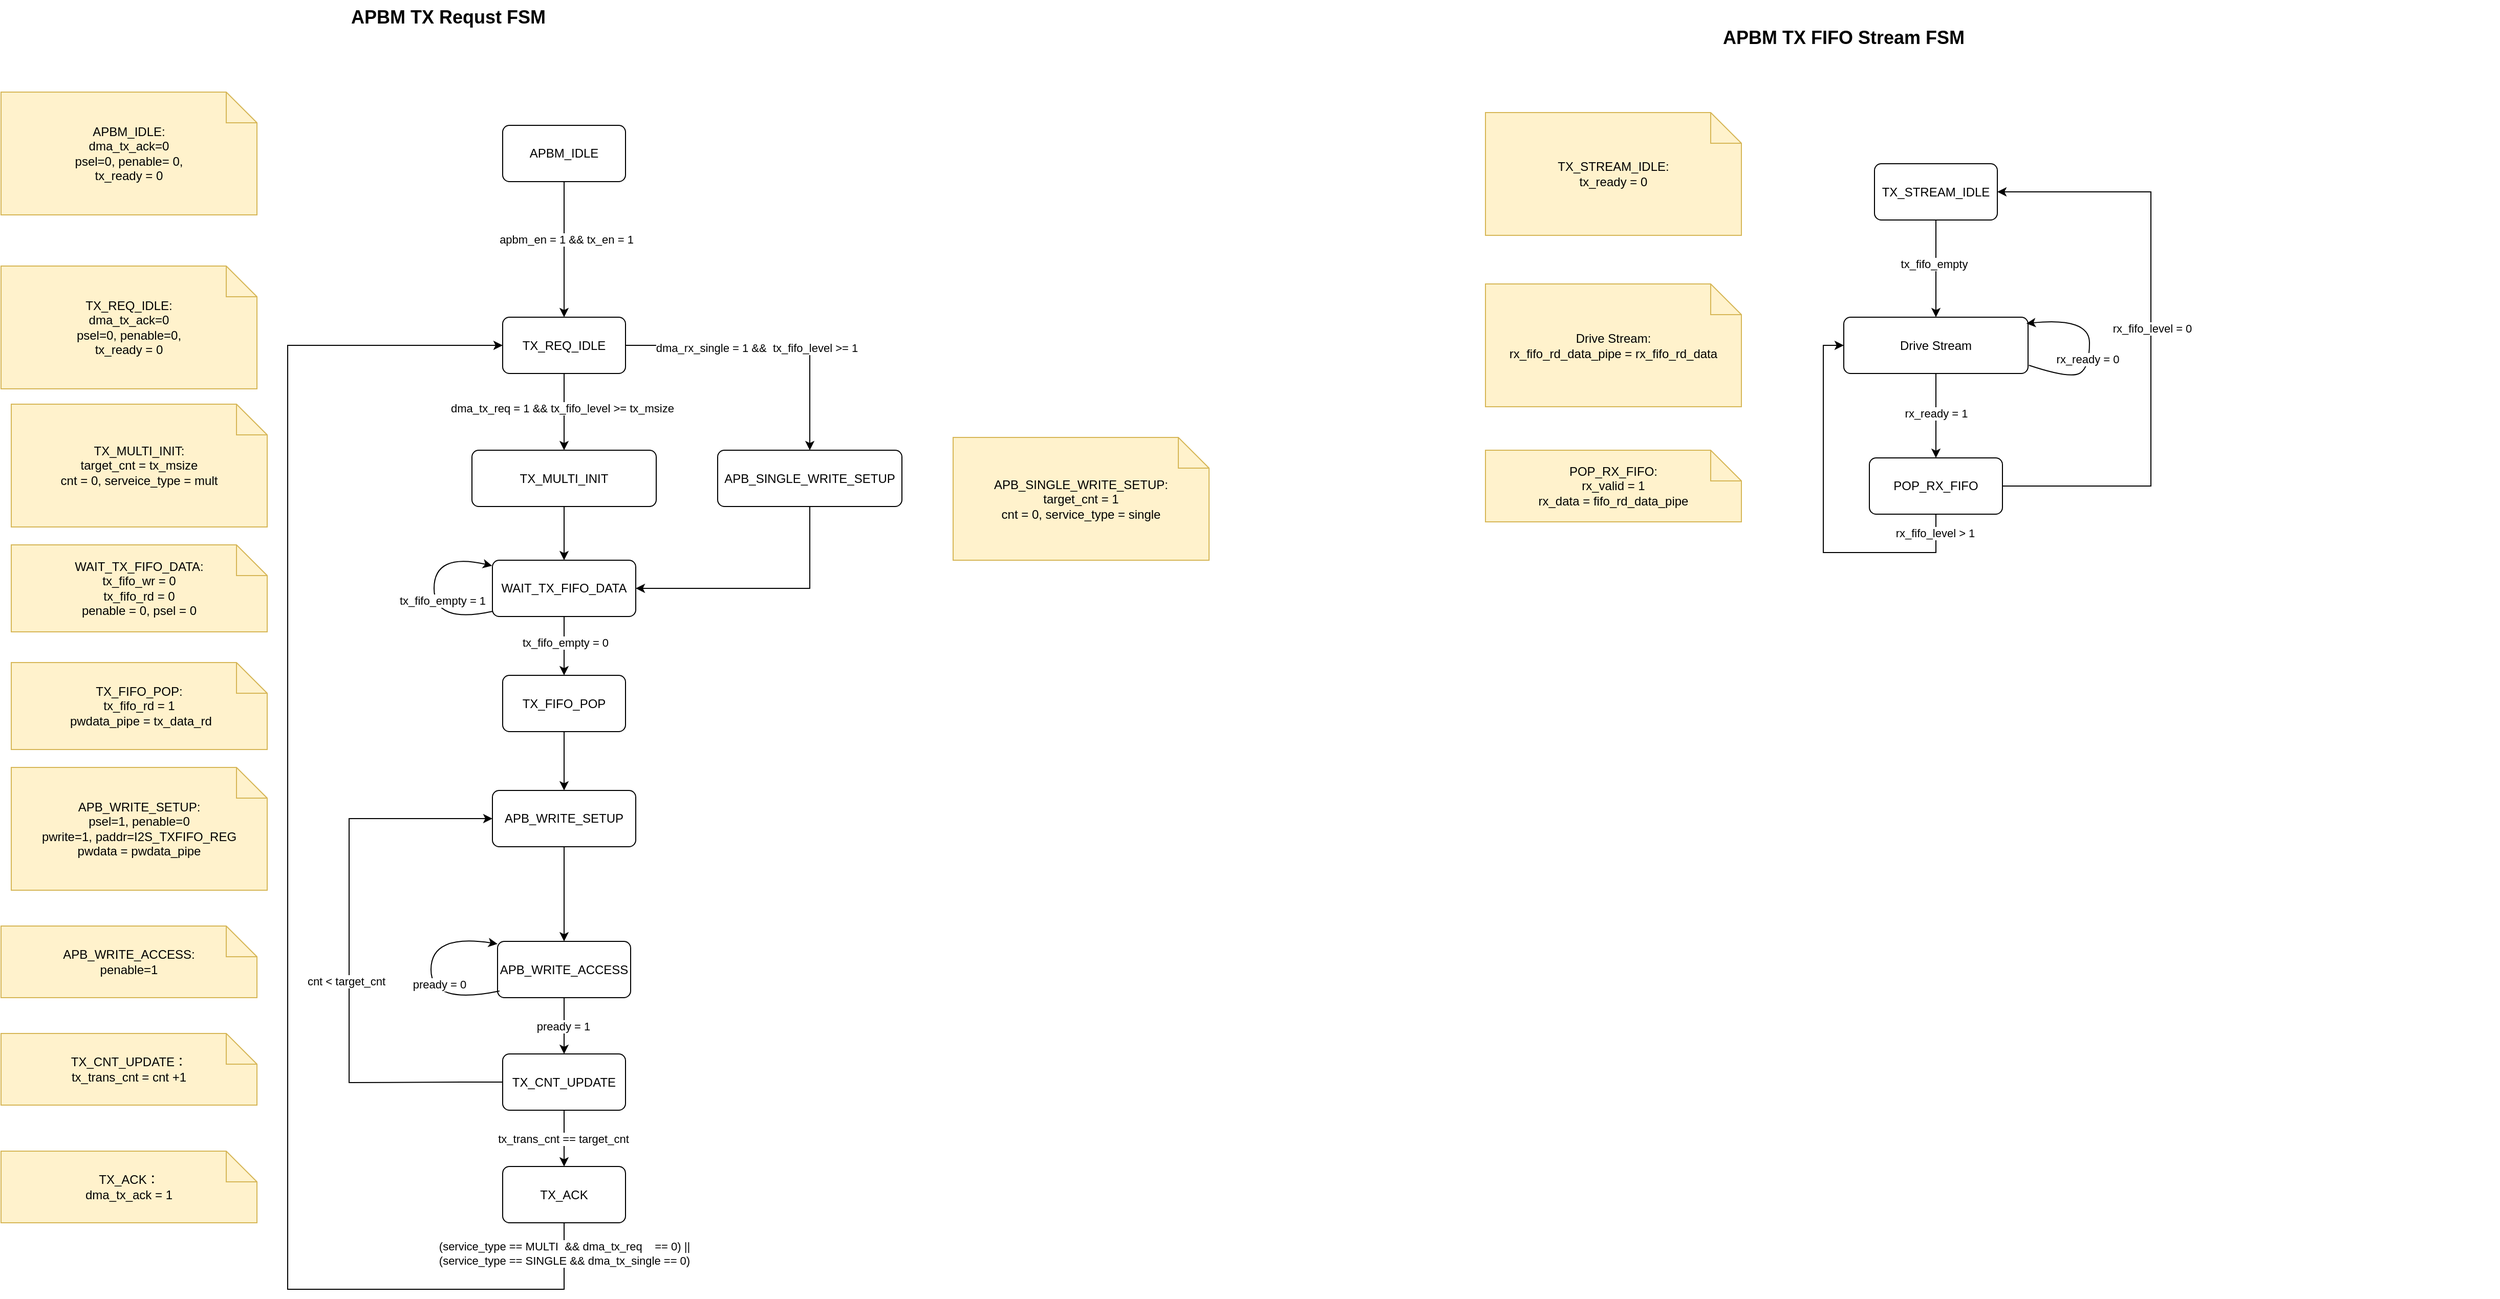
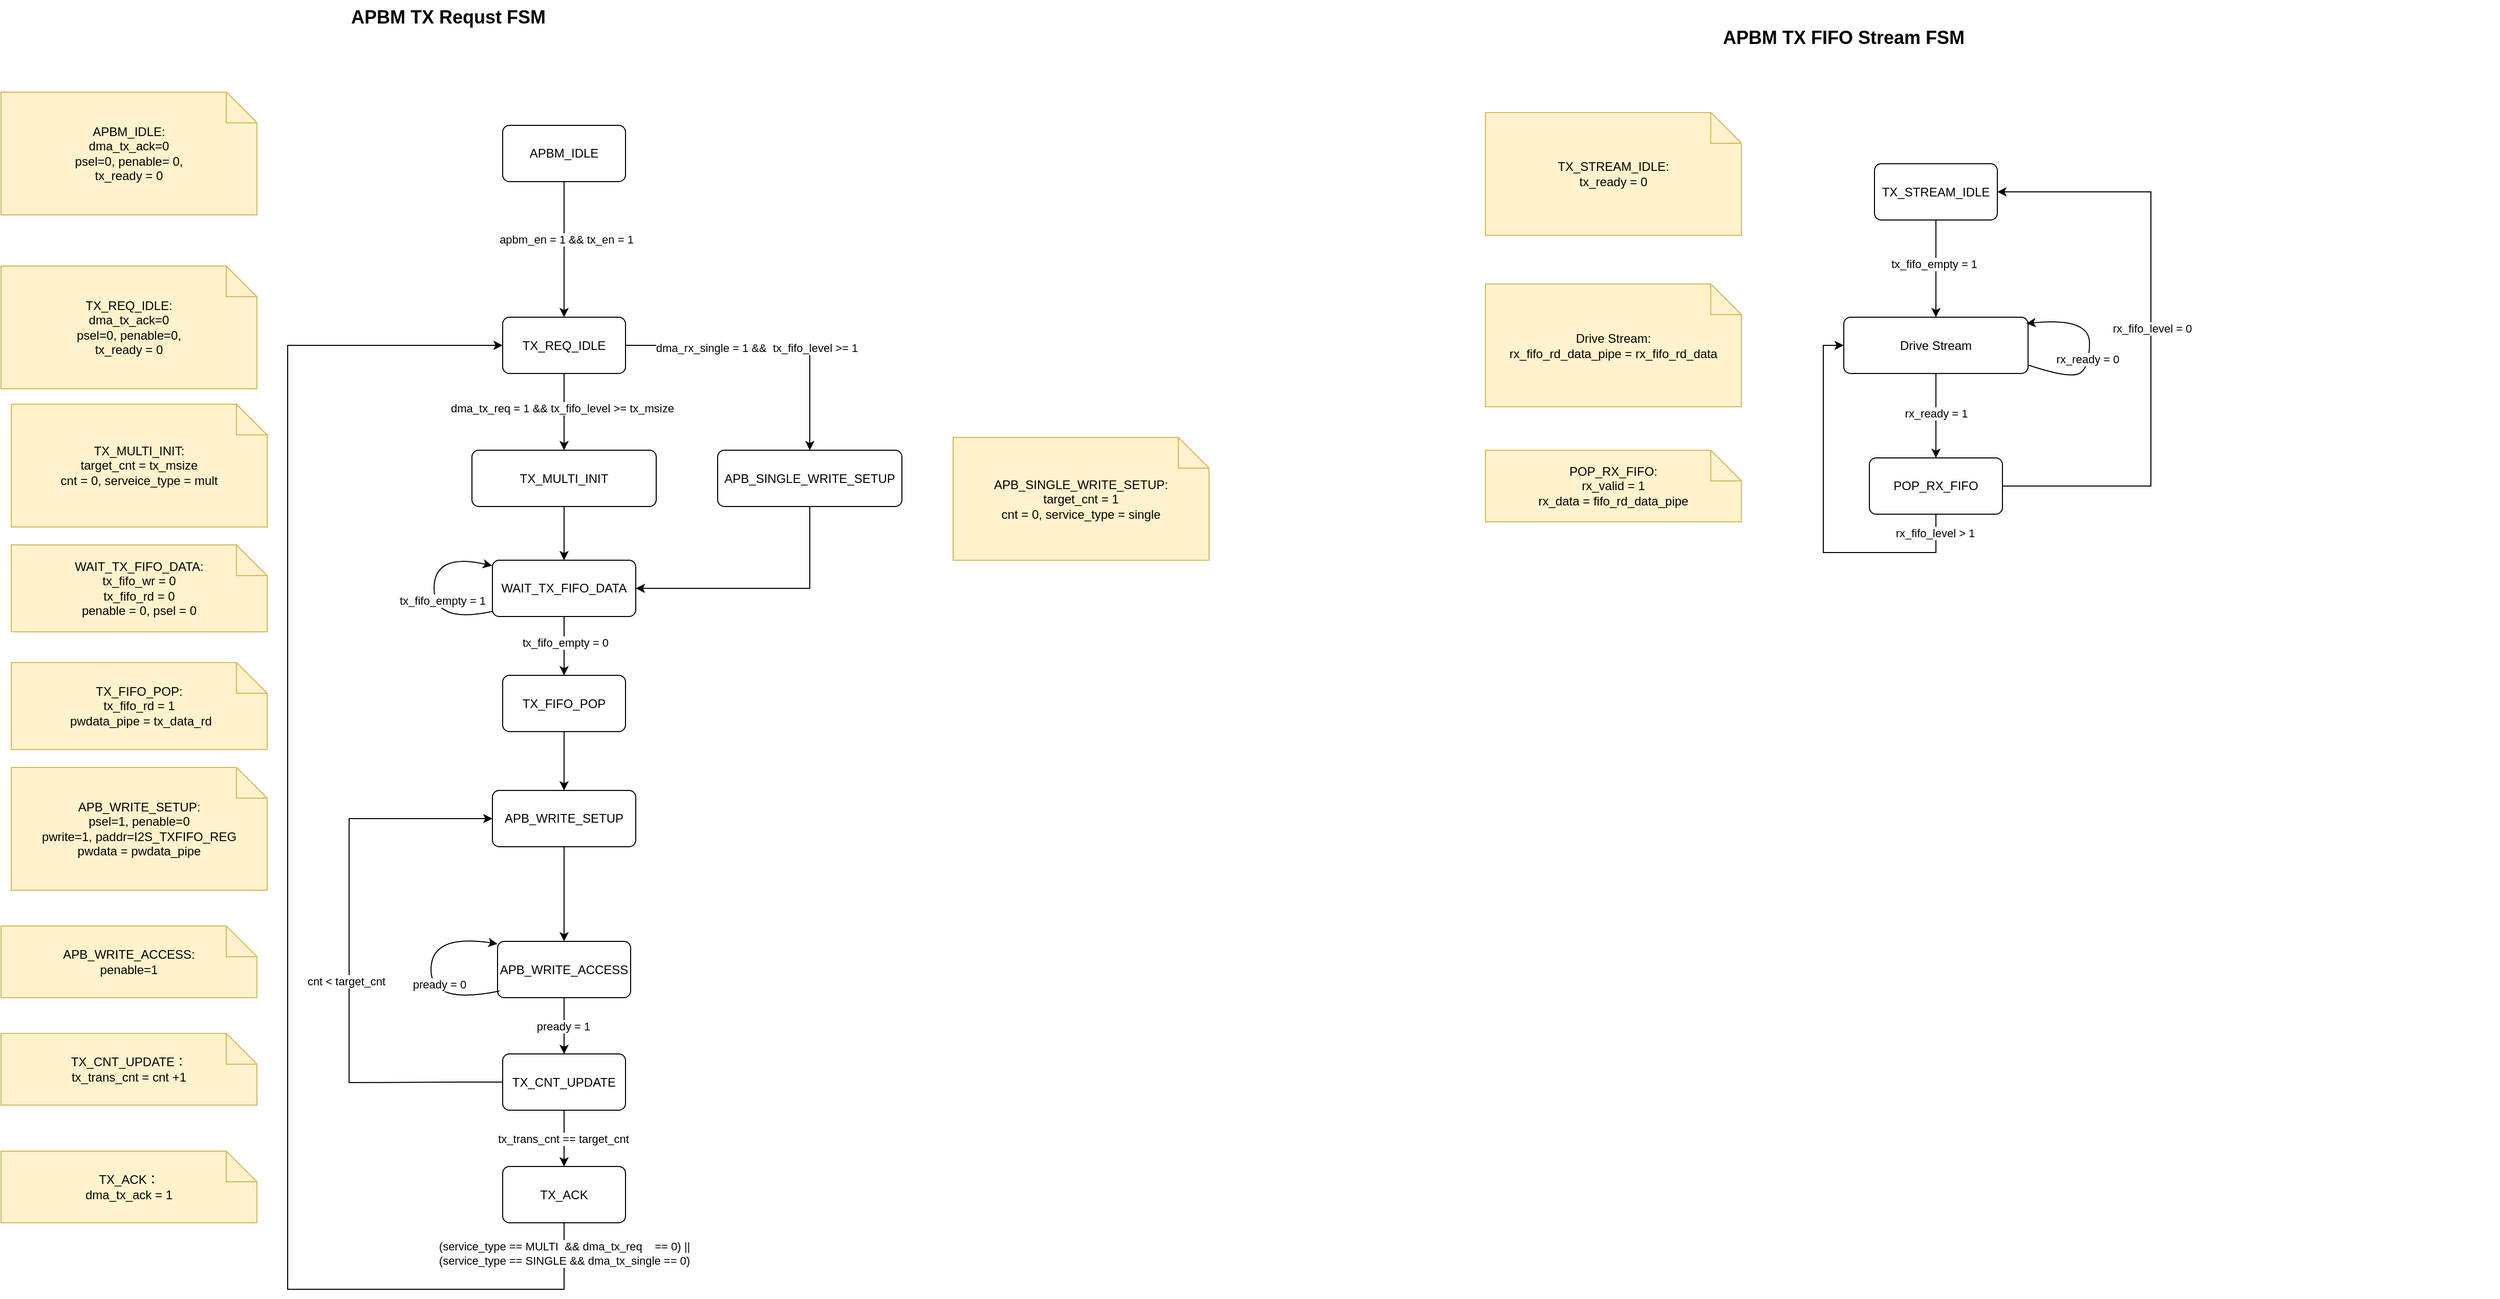
<mxfile host="app.diagrams.net">
  <diagram name="第 1 页" id="fH5n9Me7nUtPE_JYtTzi">
-     <mxGraphModel dx="704" dy="397" grid="1" gridSize="10" guides="1" tooltips="1" connect="1" arrows="1" fold="1" page="1" pageScale="1" pageWidth="827" pageHeight="1169" math="0" shadow="0">
+     <mxGraphModel dx="737" dy="416" grid="1" gridSize="10" guides="1" tooltips="1" connect="1" arrows="1" fold="1" page="1" pageScale="1" pageWidth="827" pageHeight="1169" math="0" shadow="0">
      <root>
        <mxCell id="0" />
        <mxCell id="1" parent="0" />
        <mxCell id="Ly1VW1kiYANL2SHkxWqd-1" parent="1" style="text;html=1;strokeColor=none;fillColor=none;fontSize=18;fontStyle=1;" value="APBM TX Requst FSM&amp;nbsp;&amp;nbsp;" vertex="1">
          <mxGeometry height="40" width="760" x="810" y="130" as="geometry" />
        </mxCell>
        <mxCell id="Ly1VW1kiYANL2SHkxWqd-2" parent="1" style="rounded=1;whiteSpace=wrap;html=1;arcSize=12;fillColor=#ffffff;strokeColor=#000000;" value="TX_REQ_IDLE" vertex="1">
          <mxGeometry height="55" width="120" x="960" y="440" as="geometry" />
        </mxCell>
        <mxCell id="Ly1VW1kiYANL2SHkxWqd-3" parent="1" style="rounded=1;whiteSpace=wrap;html=1;arcSize=12;fillColor=#ffffff;strokeColor=#000000;" value="APB_WRITE_SETUP" vertex="1">
          <mxGeometry height="55" width="140" x="950" y="902.5" as="geometry" />
        </mxCell>
        <mxCell id="Ly1VW1kiYANL2SHkxWqd-4" edge="1" parent="1" source="Ly1VW1kiYANL2SHkxWqd-2" style="endArrow=classic;html=1;rounded=0;exitX=0.5;exitY=1;exitDx=0;exitDy=0;entryX=0.5;entryY=0;entryDx=0;entryDy=0;" target="Ly1VW1kiYANL2SHkxWqd-40" value="">
          <mxGeometry height="50" relative="1" width="50" as="geometry">
            <mxPoint x="1040" y="560" as="sourcePoint" />
            <mxPoint x="1020" y="570" as="targetPoint" />
          </mxGeometry>
        </mxCell>
        <mxCell id="Ly1VW1kiYANL2SHkxWqd-5" connectable="0" parent="Ly1VW1kiYANL2SHkxWqd-4" style="edgeLabel;html=1;align=center;verticalAlign=middle;resizable=0;points=[];" value="dma_tx_req = 1 &amp;amp;&amp;amp; tx_fifo_level &amp;gt;= tx_msize" vertex="1">
          <mxGeometry relative="1" x="-0.0927" y="-2" as="geometry">
            <mxPoint as="offset" />
          </mxGeometry>
        </mxCell>
        <mxCell id="Ly1VW1kiYANL2SHkxWqd-6" parent="1" style="shape=note;whiteSpace=wrap;html=1;fillColor=#fff2cc;strokeColor=#d6b656;" value="APB_WRITE_SETUP:&lt;div&gt;psel=1, penable=0&lt;br&gt;pwrite=1, paddr=I2S_TXFIFO_REG&lt;/div&gt;&lt;div&gt;pwdata = pwdata_pipe&lt;/div&gt;" vertex="1">
          <mxGeometry height="120" width="250" x="480" y="880" as="geometry" />
        </mxCell>
        <mxCell id="Ly1VW1kiYANL2SHkxWqd-7" parent="1" style="rounded=1;whiteSpace=wrap;html=1;arcSize=12;fillColor=#ffffff;strokeColor=#000000;" value="APB_WRITE_ACCESS" vertex="1">
          <mxGeometry height="55" width="130" x="955" y="1050" as="geometry" />
        </mxCell>
        <mxCell id="Ly1VW1kiYANL2SHkxWqd-8" edge="1" parent="1" source="Ly1VW1kiYANL2SHkxWqd-3" style="endArrow=classic;html=1;rounded=0;exitX=0.5;exitY=1;exitDx=0;exitDy=0;entryX=0.5;entryY=0;entryDx=0;entryDy=0;" target="Ly1VW1kiYANL2SHkxWqd-7" value="">
          <mxGeometry height="50" relative="1" width="50" as="geometry">
            <mxPoint x="1030" y="1032.5" as="sourcePoint" />
            <mxPoint x="1080" y="982.5" as="targetPoint" />
          </mxGeometry>
        </mxCell>
        <mxCell id="Ly1VW1kiYANL2SHkxWqd-9" parent="1" style="shape=note;whiteSpace=wrap;html=1;fillColor=#fff2cc;strokeColor=#d6b656;" value="APB_WRITE_ACCESS:&lt;br&gt;penable=1" vertex="1">
          <mxGeometry height="70" width="250" x="470" y="1035" as="geometry" />
        </mxCell>
        <mxCell id="Ly1VW1kiYANL2SHkxWqd-10" edge="1" parent="1" source="Ly1VW1kiYANL2SHkxWqd-7" style="curved=1;endArrow=classic;html=1;rounded=0;exitX=0.015;exitY=0.881;exitDx=0;exitDy=0;entryX=0;entryY=0;entryDx=0;entryDy=0;exitPerimeter=0;" value="">
          <mxGeometry height="50" relative="1" width="50" as="geometry">
            <Array as="points">
              <mxPoint x="890" y="1112.5" />
              <mxPoint x="890" y="1042.5" />
            </Array>
            <mxPoint x="955" y="1107.5" as="sourcePoint" />
            <mxPoint x="955" y="1052.5" as="targetPoint" />
          </mxGeometry>
        </mxCell>
        <mxCell id="Ly1VW1kiYANL2SHkxWqd-11" connectable="0" parent="Ly1VW1kiYANL2SHkxWqd-10" style="edgeLabel;html=1;align=center;verticalAlign=middle;resizable=0;points=[];" value="pready = 0" vertex="1">
          <mxGeometry relative="1" x="-0.1215" y="-8" as="geometry">
            <mxPoint as="offset" />
          </mxGeometry>
        </mxCell>
        <mxCell id="Ly1VW1kiYANL2SHkxWqd-12" parent="1" style="rounded=1;whiteSpace=wrap;html=1;arcSize=12;fillColor=#ffffff;strokeColor=#000000;" value="WAIT_TX_FIFO_DATA" vertex="1">
          <mxGeometry height="55" width="140" x="950" y="677.5" as="geometry" />
        </mxCell>
        <mxCell id="Ly1VW1kiYANL2SHkxWqd-13" edge="1" parent="1" source="Ly1VW1kiYANL2SHkxWqd-7" style="endArrow=classic;html=1;rounded=0;exitX=0.5;exitY=1;exitDx=0;exitDy=0;entryX=0.5;entryY=0;entryDx=0;entryDy=0;" target="Ly1VW1kiYANL2SHkxWqd-47" value="">
          <mxGeometry height="50" relative="1" width="50" as="geometry">
            <mxPoint x="1010" y="1182.5" as="sourcePoint" />
            <mxPoint x="1020" y="1150" as="targetPoint" />
          </mxGeometry>
        </mxCell>
        <mxCell id="Ly1VW1kiYANL2SHkxWqd-14" connectable="0" parent="Ly1VW1kiYANL2SHkxWqd-13" style="edgeLabel;html=1;align=center;verticalAlign=middle;resizable=0;points=[];" value="pready = 1" vertex="1">
          <mxGeometry relative="1" x="0.0089" y="-1" as="geometry">
            <mxPoint as="offset" />
          </mxGeometry>
        </mxCell>
        <mxCell id="Ly1VW1kiYANL2SHkxWqd-15" parent="1" style="shape=note;whiteSpace=wrap;html=1;fillColor=#fff2cc;strokeColor=#d6b656;" value="WAIT_TX_FIFO_DATA:&lt;div&gt;tx_fifo_wr = 0&lt;/div&gt;&lt;div&gt;tx_fifo_rd = 0&lt;br&gt;&lt;/div&gt;&lt;div&gt;penable = 0, psel = 0&lt;/div&gt;" vertex="1">
          <mxGeometry height="85" width="250" x="480" y="662.5" as="geometry" />
        </mxCell>
        <mxCell id="Ly1VW1kiYANL2SHkxWqd-16" parent="1" style="rounded=1;whiteSpace=wrap;html=1;arcSize=12;fillColor=#ffffff;strokeColor=#000000;" value="TX_ACK" vertex="1">
          <mxGeometry height="55" width="120" x="960" y="1270" as="geometry" />
        </mxCell>
        <mxCell id="Ly1VW1kiYANL2SHkxWqd-17" edge="1" parent="1" source="Ly1VW1kiYANL2SHkxWqd-47" style="endArrow=classic;html=1;rounded=0;exitX=0.5;exitY=1;exitDx=0;exitDy=0;entryX=0.5;entryY=0;entryDx=0;entryDy=0;" target="Ly1VW1kiYANL2SHkxWqd-16" value="">
          <mxGeometry height="50" relative="1" width="50" as="geometry">
            <mxPoint x="1150.3600000000001" y="1105" as="sourcePoint" />
            <mxPoint x="1150" y="1140" as="targetPoint" />
          </mxGeometry>
        </mxCell>
        <mxCell id="Ly1VW1kiYANL2SHkxWqd-18" connectable="0" parent="Ly1VW1kiYANL2SHkxWqd-17" style="edgeLabel;html=1;align=center;verticalAlign=middle;resizable=0;points=[];" value="tx_trans_cnt == target_cnt" vertex="1">
          <mxGeometry relative="1" x="0.0089" y="-1" as="geometry">
            <mxPoint as="offset" />
          </mxGeometry>
        </mxCell>
        <mxCell id="Ly1VW1kiYANL2SHkxWqd-19" parent="1" style="shape=note;whiteSpace=wrap;html=1;fillColor=#fff2cc;strokeColor=#d6b656;" value="TX_ACK：&lt;div&gt;dma_tx_ack = 1&lt;/div&gt;" vertex="1">
          <mxGeometry height="70" width="250" x="470" y="1255" as="geometry" />
        </mxCell>
        <mxCell id="Ly1VW1kiYANL2SHkxWqd-20" parent="1" style="shape=note;whiteSpace=wrap;html=1;fillColor=#fff2cc;strokeColor=#d6b656;" value="TX_REQ_IDLE:&lt;div&gt;dma_tx_ack=0&lt;/div&gt;&lt;div&gt;psel=0, penable=0,&lt;br&gt;&lt;/div&gt;&lt;div&gt;tx_ready = 0&lt;br&gt;&lt;/div&gt;" vertex="1">
          <mxGeometry height="120" width="250" x="470" y="390" as="geometry" />
        </mxCell>
        <mxCell id="Ly1VW1kiYANL2SHkxWqd-21" edge="1" parent="1" source="Ly1VW1kiYANL2SHkxWqd-16" style="endArrow=classic;html=1;rounded=0;exitX=0.5;exitY=1;exitDx=0;exitDy=0;edgeStyle=orthogonalEdgeStyle;entryX=0;entryY=0.5;entryDx=0;entryDy=0;" target="Ly1VW1kiYANL2SHkxWqd-2" value="">
          <mxGeometry height="50" relative="1" width="50" as="geometry">
            <Array as="points">
              <mxPoint x="1020" y="1390" />
              <mxPoint x="750" y="1390" />
              <mxPoint x="750" y="467" />
            </Array>
            <mxPoint x="909.95" y="1052.5" as="sourcePoint" />
            <mxPoint x="850" y="465" as="targetPoint" />
          </mxGeometry>
        </mxCell>
        <mxCell id="Ly1VW1kiYANL2SHkxWqd-22" connectable="0" parent="Ly1VW1kiYANL2SHkxWqd-21" style="edgeLabel;html=1;align=center;verticalAlign=middle;resizable=0;points=[];" value="&lt;div&gt;(service_type == MULTI&amp;nbsp; &amp;amp;&amp;amp; dma_tx_req&amp;nbsp; &amp;nbsp; == 0) ||&lt;/div&gt;&lt;div&gt;(service_type == SINGLE &amp;amp;&amp;amp; dma_tx_single == 0)&lt;/div&gt;" vertex="1">
          <mxGeometry relative="1" x="-0.9589" as="geometry">
            <mxPoint as="offset" />
          </mxGeometry>
        </mxCell>
        <mxCell id="Ly1VW1kiYANL2SHkxWqd-23" edge="1" parent="1" source="Ly1VW1kiYANL2SHkxWqd-2" style="endArrow=classic;html=1;rounded=0;exitX=1;exitY=0.5;exitDx=0;exitDy=0;edgeStyle=orthogonalEdgeStyle;entryX=0.5;entryY=0;entryDx=0;entryDy=0;" target="Ly1VW1kiYANL2SHkxWqd-25" value="">
          <mxGeometry height="50" relative="1" width="50" as="geometry">
            <mxPoint x="1250" y="540" as="sourcePoint" />
            <mxPoint x="1260" y="560" as="targetPoint" />
          </mxGeometry>
        </mxCell>
        <mxCell id="Ly1VW1kiYANL2SHkxWqd-24" connectable="0" parent="Ly1VW1kiYANL2SHkxWqd-23" style="edgeLabel;html=1;align=center;verticalAlign=middle;resizable=0;points=[];" value="dma_rx_single = 1 &amp;amp;&amp;amp;&amp;nbsp; tx_fifo_level &amp;gt;= 1" vertex="1">
          <mxGeometry relative="1" x="-0.0927" y="-2" as="geometry">
            <mxPoint as="offset" />
          </mxGeometry>
        </mxCell>
        <mxCell id="Ly1VW1kiYANL2SHkxWqd-25" parent="1" style="rounded=1;whiteSpace=wrap;html=1;arcSize=12;fillColor=#ffffff;strokeColor=#000000;" value="APB_SINGLE_WRITE_SETUP" vertex="1">
          <mxGeometry height="55" width="180" x="1170" y="570" as="geometry" />
        </mxCell>
        <mxCell id="Ly1VW1kiYANL2SHkxWqd-26" parent="1" style="shape=note;whiteSpace=wrap;html=1;fillColor=#fff2cc;strokeColor=#d6b656;" value="APB_SINGLE_WRITE_SETUP:&lt;div&gt;target_cnt = 1&lt;br&gt;cnt = 0, service_type = single&lt;/div&gt;" vertex="1">
          <mxGeometry height="120" width="250" x="1400" y="557.5" as="geometry" />
        </mxCell>
        <mxCell id="Ly1VW1kiYANL2SHkxWqd-27" edge="1" parent="1" source="Ly1VW1kiYANL2SHkxWqd-25" style="endArrow=classic;html=1;rounded=0;exitX=0.5;exitY=1;exitDx=0;exitDy=0;edgeStyle=orthogonalEdgeStyle;entryX=1;entryY=0.5;entryDx=0;entryDy=0;" target="Ly1VW1kiYANL2SHkxWqd-12" value="">
          <mxGeometry height="50" relative="1" width="50" as="geometry">
            <mxPoint x="1230" y="950" as="sourcePoint" />
            <mxPoint x="1210" y="680" as="targetPoint" />
          </mxGeometry>
        </mxCell>
        <mxCell id="Ly1VW1kiYANL2SHkxWqd-28" parent="1" style="rounded=1;whiteSpace=wrap;html=1;arcSize=12;fillColor=#ffffff;strokeColor=#000000;" value="TX_FIFO_POP" vertex="1">
          <mxGeometry height="55" width="120" x="960" y="790" as="geometry" />
        </mxCell>
        <mxCell id="Ly1VW1kiYANL2SHkxWqd-29" edge="1" parent="1" source="Ly1VW1kiYANL2SHkxWqd-12" style="endArrow=classic;html=1;rounded=0;exitX=0.5;exitY=1;exitDx=0;exitDy=0;entryX=0.5;entryY=0;entryDx=0;entryDy=0;" target="Ly1VW1kiYANL2SHkxWqd-28" value="">
          <mxGeometry height="50" relative="1" width="50" as="geometry">
            <mxPoint x="1090" y="797.5" as="sourcePoint" />
            <mxPoint x="1040" y="787.5" as="targetPoint" />
          </mxGeometry>
        </mxCell>
        <mxCell id="Ly1VW1kiYANL2SHkxWqd-30" connectable="0" parent="Ly1VW1kiYANL2SHkxWqd-29" style="edgeLabel;html=1;align=center;verticalAlign=middle;resizable=0;points=[];" value="tx_fifo_empty = 0" vertex="1">
          <mxGeometry relative="1" x="-0.1138" y="1" as="geometry">
            <mxPoint as="offset" />
          </mxGeometry>
        </mxCell>
        <mxCell id="Ly1VW1kiYANL2SHkxWqd-31" edge="1" parent="1" style="curved=1;endArrow=classic;html=1;rounded=0;entryX=-0.002;entryY=0.099;entryDx=0;entryDy=0;entryPerimeter=0;" target="Ly1VW1kiYANL2SHkxWqd-12" value="">
          <mxGeometry height="50" relative="1" width="50" as="geometry">
            <Array as="points">
              <mxPoint x="893" y="740" />
              <mxPoint x="893" y="670" />
            </Array>
            <mxPoint x="950" y="727.5" as="sourcePoint" />
            <mxPoint x="958" y="680" as="targetPoint" />
          </mxGeometry>
        </mxCell>
        <mxCell id="Ly1VW1kiYANL2SHkxWqd-32" connectable="0" parent="Ly1VW1kiYANL2SHkxWqd-31" style="edgeLabel;html=1;align=center;verticalAlign=middle;resizable=0;points=[];" value="tx_fifo_empty = 1" vertex="1">
          <mxGeometry relative="1" x="-0.1215" y="-8" as="geometry">
            <mxPoint as="offset" />
          </mxGeometry>
        </mxCell>
        <mxCell id="Ly1VW1kiYANL2SHkxWqd-33" parent="1" style="shape=note;whiteSpace=wrap;html=1;fillColor=#fff2cc;strokeColor=#d6b656;" value="TX_FIFO_POP:&lt;div&gt;tx_fifo_rd = 1&lt;br&gt;&lt;div&gt;&amp;nbsp;pwdata_pipe = tx_data_rd&lt;/div&gt;&lt;/div&gt;" vertex="1">
          <mxGeometry height="85" width="250" x="480" y="777.5" as="geometry" />
        </mxCell>
        <mxCell id="Ly1VW1kiYANL2SHkxWqd-34" parent="1" style="rounded=1;whiteSpace=wrap;html=1;arcSize=12;fillColor=#ffffff;strokeColor=#000000;" value="APBM_IDLE" vertex="1">
          <mxGeometry height="55" width="120" x="960" y="252.5" as="geometry" />
        </mxCell>
        <mxCell id="Ly1VW1kiYANL2SHkxWqd-35" edge="1" parent="1" source="Ly1VW1kiYANL2SHkxWqd-34" style="endArrow=classic;html=1;rounded=0;exitX=0.5;exitY=1;exitDx=0;exitDy=0;" target="Ly1VW1kiYANL2SHkxWqd-2" value="">
          <mxGeometry height="50" relative="1" width="50" as="geometry">
            <mxPoint x="1060" y="360" as="sourcePoint" />
            <mxPoint x="1110" y="310" as="targetPoint" />
          </mxGeometry>
        </mxCell>
        <mxCell id="Ly1VW1kiYANL2SHkxWqd-36" connectable="0" parent="Ly1VW1kiYANL2SHkxWqd-35" style="edgeLabel;html=1;align=center;verticalAlign=middle;resizable=0;points=[];" value="apbm_en = 1 &amp;amp;&amp;amp; tx_en = 1" vertex="1">
          <mxGeometry relative="1" x="-0.1446" y="2" as="geometry">
            <mxPoint as="offset" />
          </mxGeometry>
        </mxCell>
        <mxCell id="Ly1VW1kiYANL2SHkxWqd-37" parent="1" style="shape=note;whiteSpace=wrap;html=1;fillColor=#fff2cc;strokeColor=#d6b656;" value="APBM_IDLE:&lt;div&gt;dma_tx_ack=0&lt;/div&gt;&lt;div&gt;psel=0, penable= 0,&lt;br&gt;&lt;/div&gt;&lt;div&gt;tx_ready = 0&lt;/div&gt;" vertex="1">
          <mxGeometry height="120" width="250" x="470" y="220" as="geometry" />
        </mxCell>
        <mxCell id="Ly1VW1kiYANL2SHkxWqd-38" edge="1" parent="1" source="Ly1VW1kiYANL2SHkxWqd-47" style="endArrow=classic;html=1;rounded=0;edgeStyle=orthogonalEdgeStyle;entryX=0;entryY=0.5;entryDx=0;entryDy=0;exitX=0;exitY=0.5;exitDx=0;exitDy=0;" target="Ly1VW1kiYANL2SHkxWqd-3" value="">
          <mxGeometry height="50" relative="1" width="50" as="geometry">
            <Array as="points">
              <mxPoint x="920" y="1187" />
              <mxPoint x="810" y="1188" />
              <mxPoint x="810" y="930" />
            </Array>
            <mxPoint x="920" y="1150" as="sourcePoint" />
            <mxPoint x="800" y="810" as="targetPoint" />
          </mxGeometry>
        </mxCell>
        <mxCell id="Ly1VW1kiYANL2SHkxWqd-39" connectable="0" parent="Ly1VW1kiYANL2SHkxWqd-38" style="edgeLabel;html=1;align=center;verticalAlign=middle;resizable=0;points=[];" value="cnt &amp;lt; target_cnt" vertex="1">
          <mxGeometry relative="1" x="-0.0902" y="3" as="geometry">
            <mxPoint as="offset" />
          </mxGeometry>
        </mxCell>
        <mxCell id="Ly1VW1kiYANL2SHkxWqd-40" parent="1" style="rounded=1;whiteSpace=wrap;html=1;arcSize=12;fillColor=#ffffff;strokeColor=#000000;" value="TX_MULTI_INIT" vertex="1">
          <mxGeometry height="55" width="180" x="930" y="570" as="geometry" />
        </mxCell>
        <mxCell id="Ly1VW1kiYANL2SHkxWqd-41" edge="1" parent="1" source="Ly1VW1kiYANL2SHkxWqd-40" style="endArrow=classic;html=1;rounded=0;exitX=0.5;exitY=1;exitDx=0;exitDy=0;entryX=0.5;entryY=0;entryDx=0;entryDy=0;" target="Ly1VW1kiYANL2SHkxWqd-12" value="">
          <mxGeometry height="50" relative="1" width="50" as="geometry">
            <mxPoint x="1010" y="640" as="sourcePoint" />
            <mxPoint x="1020" y="670" as="targetPoint" />
          </mxGeometry>
        </mxCell>
        <mxCell id="Ly1VW1kiYANL2SHkxWqd-42" parent="1" style="shape=note;whiteSpace=wrap;html=1;fillColor=#fff2cc;strokeColor=#d6b656;" value="TX_MULTI_INIT:&lt;div&gt;target_cnt = tx_msize&lt;br&gt;cnt = 0, serveice_type = mult&lt;/div&gt;" vertex="1">
          <mxGeometry height="120" width="250" x="480" y="525" as="geometry" />
        </mxCell>
        <mxCell id="Ly1VW1kiYANL2SHkxWqd-45" edge="1" parent="1" source="Ly1VW1kiYANL2SHkxWqd-28" style="endArrow=classic;html=1;rounded=0;exitX=0.5;exitY=1;exitDx=0;exitDy=0;" target="Ly1VW1kiYANL2SHkxWqd-3" value="">
          <mxGeometry height="50" relative="1" width="50" as="geometry">
            <mxPoint x="1019.5699999999999" y="845" as="sourcePoint" />
            <mxPoint x="1019.5699999999999" y="902" as="targetPoint" />
          </mxGeometry>
        </mxCell>
        <mxCell id="Ly1VW1kiYANL2SHkxWqd-47" parent="1" style="rounded=1;whiteSpace=wrap;html=1;arcSize=12;fillColor=#ffffff;strokeColor=#000000;" value="TX_CNT_UPDATE" vertex="1">
          <mxGeometry height="55" width="120" x="960" y="1160" as="geometry" />
        </mxCell>
        <mxCell id="Ly1VW1kiYANL2SHkxWqd-48" parent="1" style="shape=note;whiteSpace=wrap;html=1;fillColor=#fff2cc;strokeColor=#d6b656;" value="TX_CNT_UPDATE：&lt;div&gt;tx_trans_cnt = cnt +1&lt;/div&gt;" vertex="1">
          <mxGeometry height="70" width="250" x="470" y="1140" as="geometry" />
        </mxCell>
        <mxCell id="Ly1VW1kiYANL2SHkxWqd-49" parent="1" style="text;html=1;strokeColor=none;fillColor=none;fontSize=18;fontStyle=1;" value="APBM TX FIFO Stream FSM&amp;nbsp;&amp;nbsp;" vertex="1">
          <mxGeometry height="40" width="760" x="2150" y="150" as="geometry" />
        </mxCell>
        <mxCell id="Ly1VW1kiYANL2SHkxWqd-50" parent="1" style="rounded=1;whiteSpace=wrap;html=1;arcSize=12;fillColor=#ffffff;strokeColor=#000000;" value="TX_STREAM_IDLE" vertex="1">
          <mxGeometry height="55" width="120" x="2300" y="290" as="geometry" />
        </mxCell>
        <mxCell id="Ly1VW1kiYANL2SHkxWqd-51" parent="1" style="rounded=1;whiteSpace=wrap;html=1;arcSize=12;fillColor=#ffffff;strokeColor=#000000;" value="Drive Stream" vertex="1">
          <mxGeometry height="55" width="180" x="2270" y="440" as="geometry" />
        </mxCell>
        <mxCell id="Ly1VW1kiYANL2SHkxWqd-52" edge="1" parent="1" source="Ly1VW1kiYANL2SHkxWqd-50" style="endArrow=classic;html=1;rounded=0;exitX=0.5;exitY=1;exitDx=0;exitDy=0;entryX=0.5;entryY=0;entryDx=0;entryDy=0;" target="Ly1VW1kiYANL2SHkxWqd-51" value="">
          <mxGeometry height="50" relative="1" width="50" as="geometry">
            <mxPoint x="2380" y="410" as="sourcePoint" />
            <mxPoint x="2430" y="360" as="targetPoint" />
          </mxGeometry>
        </mxCell>
-         <mxCell id="Ly1VW1kiYANL2SHkxWqd-53" connectable="0" parent="Ly1VW1kiYANL2SHkxWqd-52" style="edgeLabel;html=1;align=center;verticalAlign=middle;resizable=0;points=[];" value="tx_fifo_empty" vertex="1">
+         <mxCell id="Ly1VW1kiYANL2SHkxWqd-53" connectable="0" parent="Ly1VW1kiYANL2SHkxWqd-52" style="edgeLabel;html=1;align=center;verticalAlign=middle;resizable=0;points=[];" value="tx_fifo_empty = 1" vertex="1">
          <mxGeometry relative="1" x="-0.0927" y="-2" as="geometry">
            <mxPoint as="offset" />
          </mxGeometry>
        </mxCell>
        <mxCell id="Ly1VW1kiYANL2SHkxWqd-54" parent="1" style="shape=note;whiteSpace=wrap;html=1;fillColor=#fff2cc;strokeColor=#d6b656;" value="Drive Stream:&lt;div&gt;rx_fifo_rd_data_pipe = rx_fifo_rd_data&lt;br&gt;&lt;/div&gt;" vertex="1">
          <mxGeometry height="120" width="250" x="1920" y="407.5" as="geometry" />
        </mxCell>
        <mxCell id="Ly1VW1kiYANL2SHkxWqd-55" parent="1" style="rounded=1;whiteSpace=wrap;html=1;arcSize=12;fillColor=#ffffff;strokeColor=#000000;" value="POP_RX_FIFO" vertex="1">
          <mxGeometry height="55" width="130" x="2295" y="577.5" as="geometry" />
        </mxCell>
        <mxCell id="Ly1VW1kiYANL2SHkxWqd-56" edge="1" parent="1" source="Ly1VW1kiYANL2SHkxWqd-51" style="endArrow=classic;html=1;rounded=0;exitX=0.5;exitY=1;exitDx=0;exitDy=0;entryX=0.5;entryY=0;entryDx=0;entryDy=0;" target="Ly1VW1kiYANL2SHkxWqd-55" value="">
          <mxGeometry height="50" relative="1" width="50" as="geometry">
            <mxPoint x="2370" y="560" as="sourcePoint" />
            <mxPoint x="2420" y="510" as="targetPoint" />
          </mxGeometry>
        </mxCell>
        <mxCell id="Ly1VW1kiYANL2SHkxWqd-57" connectable="0" parent="Ly1VW1kiYANL2SHkxWqd-56" style="edgeLabel;html=1;align=center;verticalAlign=middle;resizable=0;points=[];" value="rx_ready = 1" vertex="1">
          <mxGeometry relative="1" x="-0.0537" as="geometry">
            <mxPoint as="offset" />
          </mxGeometry>
        </mxCell>
        <mxCell id="Ly1VW1kiYANL2SHkxWqd-58" parent="1" style="shape=note;whiteSpace=wrap;html=1;fillColor=#fff2cc;strokeColor=#d6b656;" value="POP_RX_FIFO:&lt;div&gt;rx_valid = 1&lt;/div&gt;&lt;div&gt;rx_data = fifo_rd_data_pipe&lt;/div&gt;" vertex="1">
          <mxGeometry height="70" width="250" x="1920" y="570" as="geometry" />
        </mxCell>
        <mxCell id="Ly1VW1kiYANL2SHkxWqd-59" parent="1" style="shape=note;whiteSpace=wrap;html=1;fillColor=#fff2cc;strokeColor=#d6b656;" value="TX_STREAM_IDLE:&lt;div&gt;tx_ready = 0&lt;/div&gt;" vertex="1">
          <mxGeometry height="120" width="250" x="1920" y="240" as="geometry" />
        </mxCell>
        <mxCell id="Ly1VW1kiYANL2SHkxWqd-60" edge="1" parent="1" source="Ly1VW1kiYANL2SHkxWqd-55" style="endArrow=classic;html=1;rounded=0;exitX=0.5;exitY=1;exitDx=0;exitDy=0;entryX=0;entryY=0.5;entryDx=0;entryDy=0;edgeStyle=orthogonalEdgeStyle;" target="Ly1VW1kiYANL2SHkxWqd-51" value="">
          <mxGeometry height="50" relative="1" width="50" as="geometry">
            <Array as="points">
              <mxPoint x="2360" y="670" />
              <mxPoint x="2250" y="670" />
              <mxPoint x="2250" y="468" />
            </Array>
            <mxPoint x="2550" y="570" as="sourcePoint" />
            <mxPoint x="2600" y="520" as="targetPoint" />
          </mxGeometry>
        </mxCell>
        <mxCell id="Ly1VW1kiYANL2SHkxWqd-61" connectable="0" parent="Ly1VW1kiYANL2SHkxWqd-60" style="edgeLabel;html=1;align=center;verticalAlign=middle;resizable=0;points=[];" value="rx_fifo_level &amp;gt; 1" vertex="1">
          <mxGeometry relative="1" x="-0.9016" y="-1" as="geometry">
            <mxPoint as="offset" />
          </mxGeometry>
        </mxCell>
        <mxCell id="Ly1VW1kiYANL2SHkxWqd-62" edge="1" parent="1" source="Ly1VW1kiYANL2SHkxWqd-55" style="endArrow=classic;html=1;rounded=0;exitX=1;exitY=0.5;exitDx=0;exitDy=0;entryX=1;entryY=0.5;entryDx=0;entryDy=0;edgeStyle=orthogonalEdgeStyle;" target="Ly1VW1kiYANL2SHkxWqd-50" value="">
          <mxGeometry height="50" relative="1" width="50" as="geometry">
            <Array as="points">
              <mxPoint x="2570" y="605" />
              <mxPoint x="2570" y="318" />
            </Array>
            <mxPoint x="2510" y="600" as="sourcePoint" />
            <mxPoint x="2560" y="550" as="targetPoint" />
          </mxGeometry>
        </mxCell>
        <mxCell id="Ly1VW1kiYANL2SHkxWqd-63" connectable="0" parent="Ly1VW1kiYANL2SHkxWqd-62" style="edgeLabel;html=1;align=center;verticalAlign=middle;resizable=0;points=[];" value="rx_fifo_level = 0" vertex="1">
          <mxGeometry relative="1" x="0.0267" y="-1" as="geometry">
            <mxPoint as="offset" />
          </mxGeometry>
        </mxCell>
        <mxCell id="Ly1VW1kiYANL2SHkxWqd-64" edge="1" parent="1" source="Ly1VW1kiYANL2SHkxWqd-51" style="curved=1;endArrow=classic;html=1;rounded=0;entryX=0.991;entryY=0.112;entryDx=0;entryDy=0;exitX=1.005;exitY=0.854;exitDx=0;exitDy=0;exitPerimeter=0;entryPerimeter=0;" target="Ly1VW1kiYANL2SHkxWqd-51" value="">
          <mxGeometry height="50" relative="1" width="50" as="geometry">
            <Array as="points">
              <mxPoint x="2490" y="500" />
              <mxPoint x="2510" y="490" />
              <mxPoint x="2510" y="440" />
            </Array>
            <mxPoint x="2460" y="560" as="sourcePoint" />
            <mxPoint x="2510" y="510" as="targetPoint" />
          </mxGeometry>
        </mxCell>
        <mxCell id="Ly1VW1kiYANL2SHkxWqd-65" connectable="0" parent="Ly1VW1kiYANL2SHkxWqd-64" style="edgeLabel;html=1;align=center;verticalAlign=middle;resizable=0;points=[];" value="rx_ready = 0" vertex="1">
          <mxGeometry relative="1" x="-0.1698" y="2" as="geometry">
            <mxPoint as="offset" />
          </mxGeometry>
        </mxCell>
      </root>
    </mxGraphModel>
  </diagram>
</mxfile>
